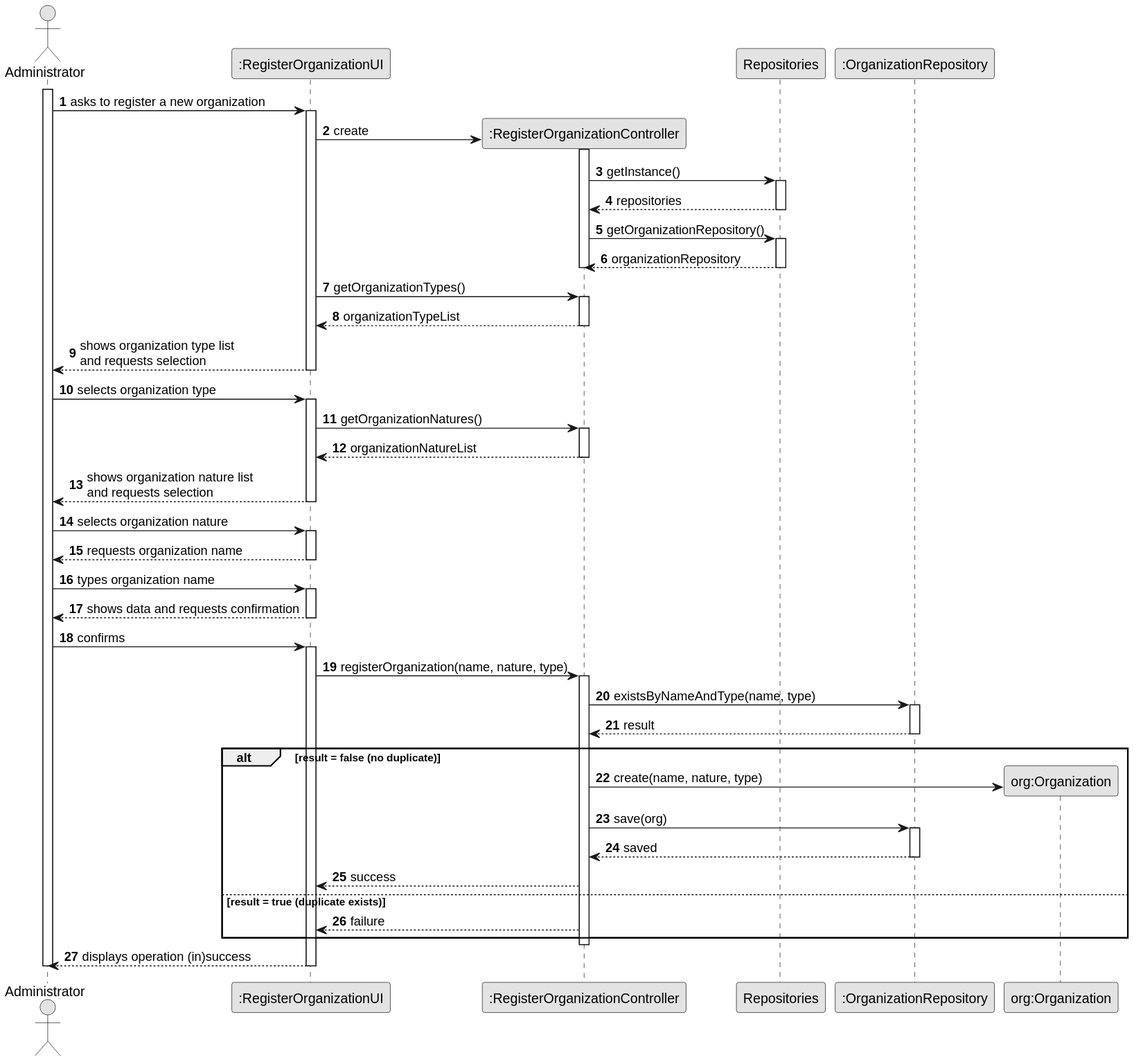
The PlantUML diagram docs/system-documentation/US04/03.design/svg/US04-SD.svg in brunodspinto/crystal-clear-platform, before a commit. Its source is kept beside it as docs/system-documentation/US04/03.design/puml/US04-SD.puml.
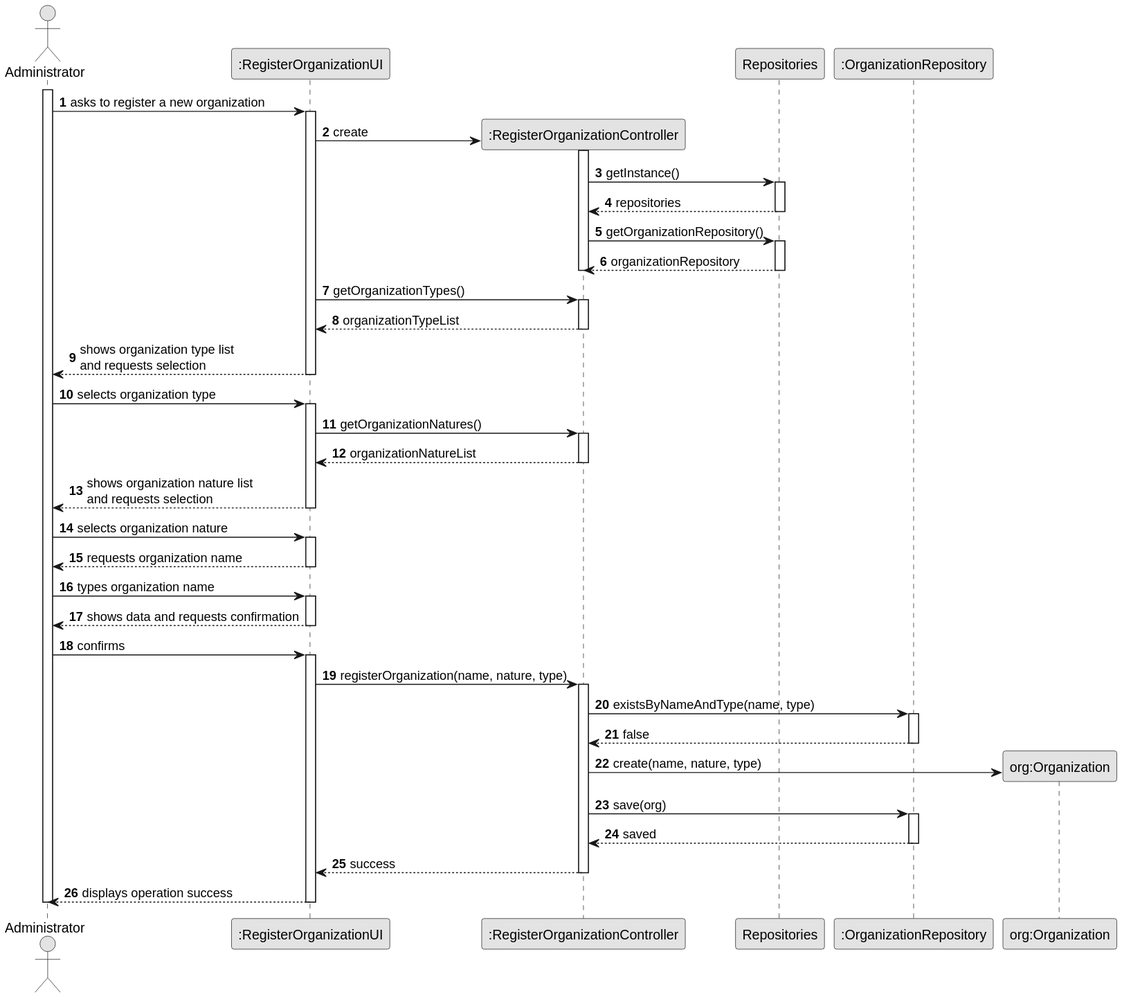
After the change.

What changed in the source:
```diff
@@ -66,28 +66,21 @@
 
             CTRL -> REPO : existsByNameAndType(name, type)
             activate REPO
-                REPO --> CTRL : result
+                REPO --> CTRL : false
             deactivate REPO
 
-            alt result = false (no duplicate)
+            CTRL -> ORG** : create(name, nature, type)
 
-                CTRL -> ORG** : create(name, nature, type)
+            CTRL -> REPO : save(org)
+            activate REPO
+                REPO --> CTRL : saved
+            deactivate REPO
 
-                CTRL -> REPO : save(org)
-                activate REPO
-                    REPO --> CTRL : saved
-                deactivate REPO
+            CTRL --> UI : success
 
-                CTRL --> UI : success
-
-            else result = true (duplicate exists)
-
-                CTRL --> UI : failure
-
-            end
         deactivate CTRL
 
-        UI --> Admin : displays operation (in)success
+        UI --> Admin : displays operation success
     deactivate UI
 
 deactivate Admin
```
